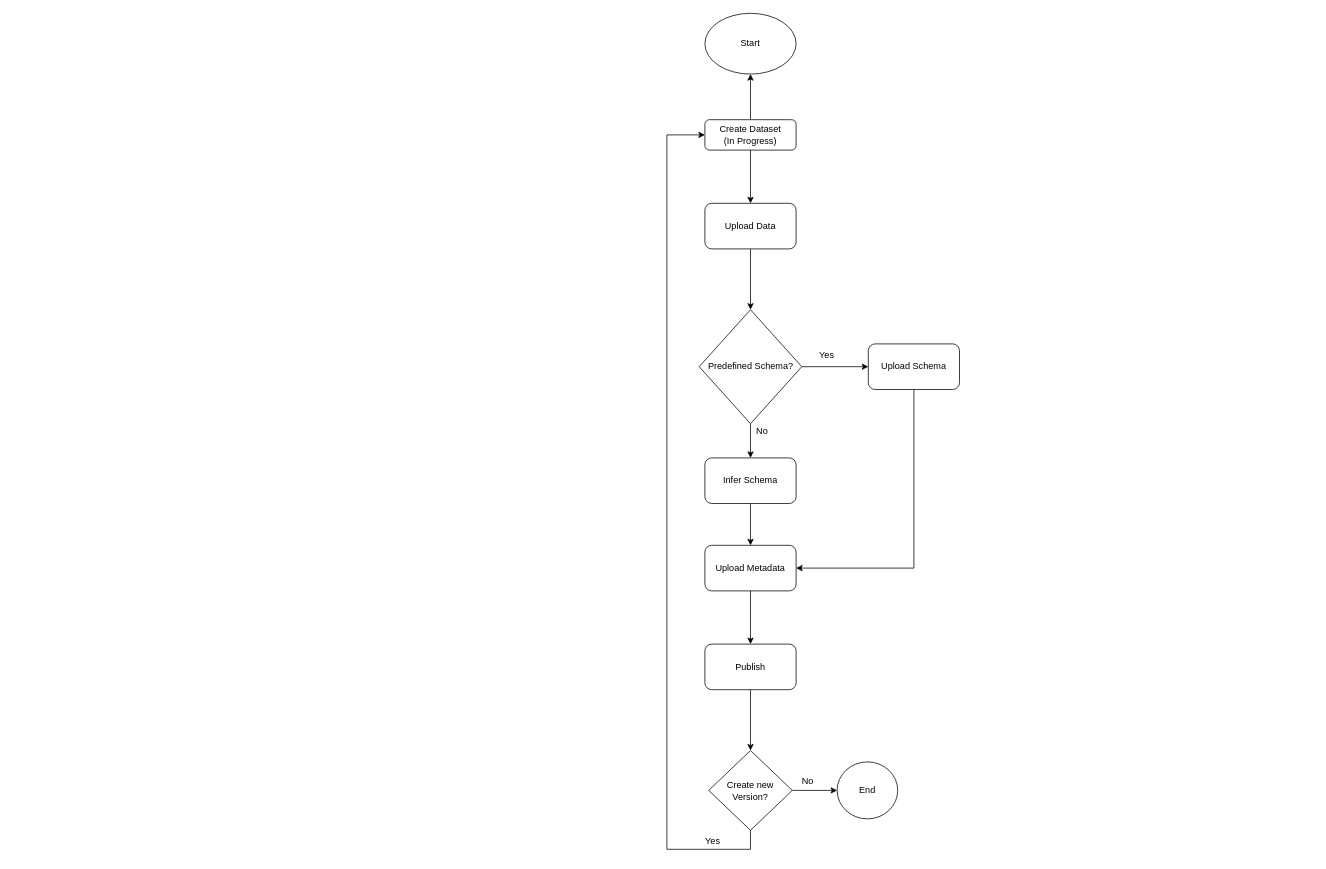
DouglasConnect/edelweiss-data-docs keeps this draw.io diagram as walkthroughs/diagrams/dataset-lifecycle.drawio. Above is the earlier version. Source tidied: cells renumbered, new cells numbered last; positions are measured from the earlier drawing's top-left corner, leaving out a move shared by most shapes. Both pictures are drawn from the tidied source at 76%, with x=0, y=0 at pixel (667, 13).
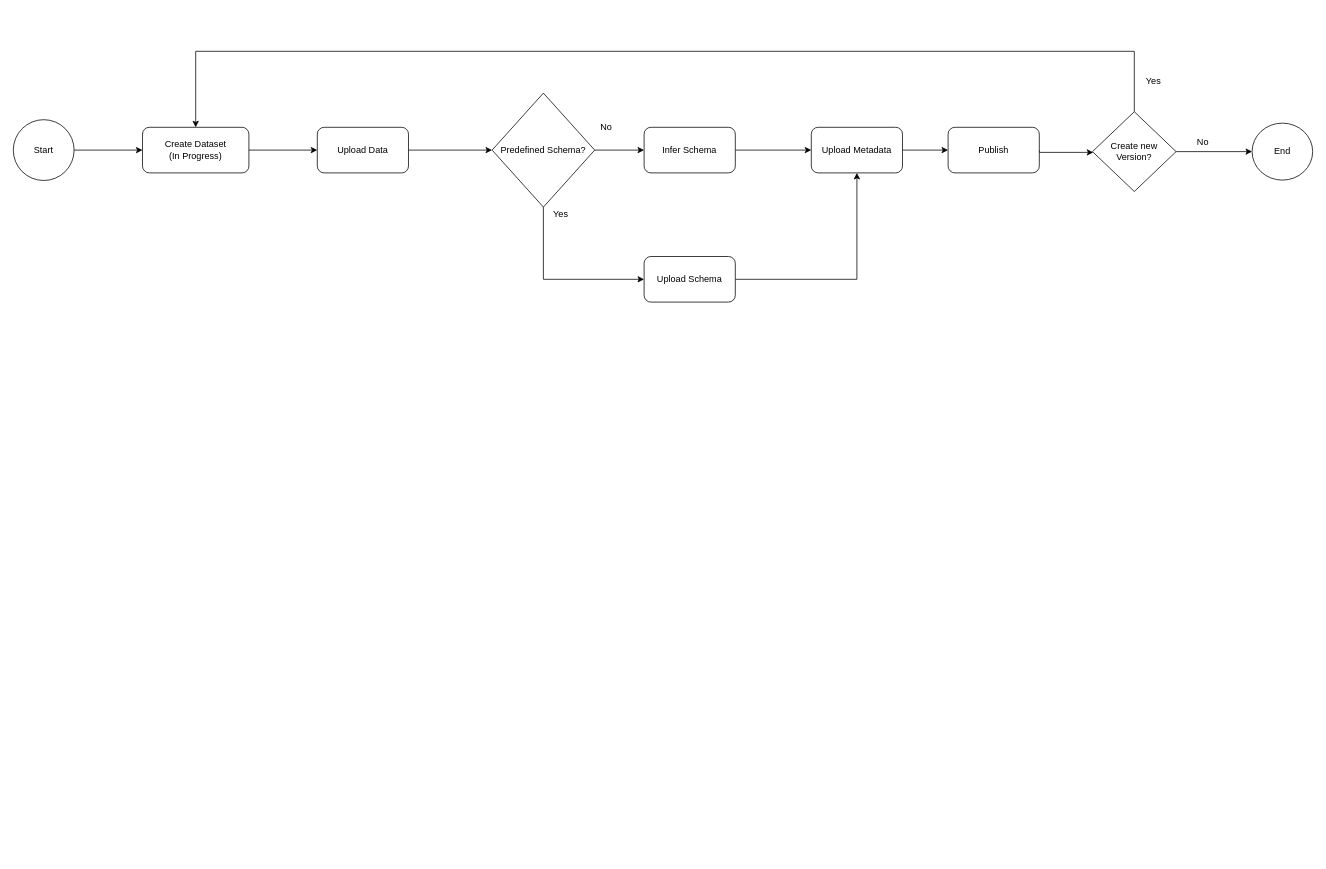
Above is the later version.

Commit message (it also covers changes not shown here):
Made Diagram Horizontal

Change to the diagram source:
```diff
@@
-    <mxCell id="3" style="edgeStyle=orthogonalEdgeStyle;rounded=0;jettySize=auto;html=1;" parent="1" edge="1" source="4" target="21">
-      <mxGeometry relative="1" as="geometry" />
-    </mxCell>
     <mxCell id="4" value="Create Dataset &lt;br&gt;(In Progress)" style="rounded=1;whiteSpace=wrap;html=1;fontSize=12;glass=0;strokeWidth=1;shadow=0;" parent="1" vertex="1">
-      <mxGeometry x="50" y="140" width="120" height="40" as="geometry" />
+      <mxGeometry x="-690" y="150" width="140" height="60" as="geometry" />
     </mxCell>
@@
     <mxCell id="6" value="Upload Data" style="whiteSpace=wrap;html=1;rounded=1;" parent="1" vertex="1">
-      <mxGeometry x="50" y="250" width="120" height="60" as="geometry" />
+      <mxGeometry x="-460" y="150" width="120" height="60" as="geometry" />
     </mxCell>
-    <mxCell id="7" style="edgeStyle=orthogonalEdgeStyle;rounded=0;jettySize=auto;html=1;" parent="1" edge="1" source="9" target="11">
-      <mxGeometry relative="1" as="geometry" />
+    <mxCell id="7" style="edgeStyle=orthogonalEdgeStyle;rounded=0;jettySize=auto;html=1;entryX=0;entryY=0.5;entryDx=0;entryDy=0;" parent="1" edge="1" source="9" target="11">
+      <mxGeometry relative="1" as="geometry">
+        <Array as="points">
+          <mxPoint x="-162" y="350" />
+        </Array>
+      </mxGeometry>
     </mxCell>
@@
     <mxCell id="9" value="Predefined Schema?" style="rhombus;whiteSpace=wrap;html=1;" parent="1" vertex="1">
-      <mxGeometry x="42.5" y="390" width="135" height="150" as="geometry" />
+      <mxGeometry x="-230" y="105" width="135" height="150" as="geometry" />
     </mxCell>
-    <mxCell id="10" style="edgeStyle=orthogonalEdgeStyle;rounded=0;jettySize=auto;html=1;entryX=1;entryY=0.5;entryDx=0;entryDy=0;" parent="1" edge="1" source="11" target="17">
+    <mxCell id="10" style="edgeStyle=orthogonalEdgeStyle;rounded=0;jettySize=auto;html=1;entryX=0.5;entryY=1;entryDx=0;entryDy=0;exitX=1;exitY=0.5;exitDx=0;exitDy=0;" parent="1" edge="1" source="11" target="17">
       <mxGeometry relative="1" as="geometry">
         <Array as="points">
-          <mxPoint x="325" y="730" />
+          <mxPoint x="250" y="350" />
         </Array>
       </mxGeometry>
     </mxCell>
     <mxCell id="11" value="Upload Schema" style="whiteSpace=wrap;html=1;rounded=1;" parent="1" vertex="1">
-      <mxGeometry x="265" y="435" width="120" height="60" as="geometry" />
+      <mxGeometry x="-30" y="320" width="120" height="60" as="geometry" />
     </mxCell>
     <mxCell id="12" value="Yes" style="text;html=1;align=center;verticalAlign=middle;" parent="1" vertex="1">
-      <mxGeometry x="190" y="440" width="40" height="20" as="geometry" />
+      <mxGeometry x="-160" y="255" width="40" height="20" as="geometry" />
     </mxCell>
@@
     <mxCell id="14" value="Infer Schema" style="whiteSpace=wrap;html=1;rounded=1;" parent="1" vertex="1">
-      <mxGeometry x="50" y="585" width="120" height="60" as="geometry" />
+      <mxGeometry x="-30" y="150" width="120" height="60" as="geometry" />
     </mxCell>
     <mxCell id="15" value="No" style="text;html=1;align=center;verticalAlign=middle;" parent="1" vertex="1">
-      <mxGeometry x="110" y="540" width="30" height="20" as="geometry" />
+      <mxGeometry x="-95" y="140" width="30" height="20" as="geometry" />
     </mxCell>
@@
     <mxCell id="17" value="Upload Metadata" style="whiteSpace=wrap;html=1;rounded=1;" parent="1" vertex="1">
-      <mxGeometry x="50" y="700" width="120" height="60" as="geometry" />
+      <mxGeometry x="190" y="150" width="120" height="60" as="geometry" />
     </mxCell>
-    <mxCell id="18" style="edgeStyle=orthogonalEdgeStyle;rounded=0;jettySize=auto;html=1;entryX=0;entryY=0.5;entryDx=0;entryDy=0;exitX=0.5;exitY=1;exitDx=0;exitDy=0;" parent="1" edge="1" source="23" target="4">
+    <mxCell id="18" style="edgeStyle=orthogonalEdgeStyle;rounded=0;jettySize=auto;html=1;exitX=0.5;exitY=0;exitDx=0;exitDy=0;" parent="1" edge="1" source="23">
       <mxGeometry relative="1" as="geometry">
+        <mxPoint x="-620" y="150" as="targetPoint" />
         <Array as="points">
-          <mxPoint x="110" y="1100" />
-          <mxPoint y="1100" />
-          <mxPoint y="160" />
+          <mxPoint x="615" y="50" />
+          <mxPoint x="-620" y="50" />
         </Array>
       </mxGeometry>
     </mxCell>
-    <mxCell id="19" style="edgeStyle=orthogonalEdgeStyle;rounded=0;jettySize=auto;html=1;" parent="1" edge="1" source="20" target="23">
+    <mxCell id="19" style="edgeStyle=orthogonalEdgeStyle;rounded=0;jettySize=auto;html=1;exitX=1;exitY=0.5;exitDx=0;exitDy=0;" parent="1" edge="1" source="20" target="23">
       <mxGeometry relative="1" as="geometry">
         <Array as="points">
-          <mxPoint x="110" y="975" />
+          <mxPoint x="490" y="183" />
         </Array>
       </mxGeometry>
     </mxCell>
     <mxCell id="20" value="Publish" style="whiteSpace=wrap;html=1;rounded=1;" parent="1" vertex="1">
-      <mxGeometry x="50" y="830" width="120" height="60" as="geometry" />
+      <mxGeometry x="370" y="150" width="120" height="60" as="geometry" />
     </mxCell>
+    <mxCell id="27" style="edgeStyle=orthogonalEdgeStyle;rounded=0;jettySize=auto;html=1;" parent="1" edge="1" source="21" target="4">
+      <mxGeometry relative="1" as="geometry" />
+    </mxCell>
     <mxCell id="21" value="Start" style="ellipse;whiteSpace=wrap;html=1;rounded=1;" parent="1" vertex="1">
-      <mxGeometry x="50" width="120" height="80" as="geometry" />
+      <mxGeometry x="-860" y="140" width="80" height="80" as="geometry" />
     </mxCell>
@@
     <mxCell id="23" value="Create new Version?" style="rhombus;whiteSpace=wrap;html=1;rounded=0;" parent="1" vertex="1">
-      <mxGeometry x="55" y="970" width="110" height="105" as="geometry" />
+      <mxGeometry x="560" y="129.5" width="110" height="105" as="geometry" />
     </mxCell>
     <mxCell id="24" value="End" style="ellipse;whiteSpace=wrap;html=1;rounded=1;" parent="1" vertex="1">
-      <mxGeometry x="224" y="985" width="79.7" height="75" as="geometry" />
+      <mxGeometry x="770" y="144.5" width="79.7" height="75" as="geometry" />
     </mxCell>
     <mxCell id="25" value="No" style="text;html=1;align=center;verticalAlign=middle;" parent="1" vertex="1">
-      <mxGeometry x="170" y="1000" width="30" height="20" as="geometry" />
+      <mxGeometry x="690" y="160" width="30" height="20" as="geometry" />
     </mxCell>
     <mxCell id="26" value="Yes" style="text;html=1;align=center;verticalAlign=middle;" parent="1" vertex="1">
-      <mxGeometry x="40" y="1080" width="40" height="20" as="geometry" />
+      <mxGeometry x="620" y="80" width="40" height="20" as="geometry" />
     </mxCell>
```
